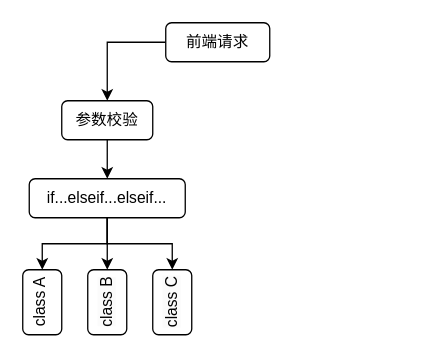
The draw.io diagram DrawIO_file/流程图/单例+工厂+策略.drawio in DingDongZz/typera_PicGO, before the edit. Source tidied: cells renumbered, new cells numbered last; positions are measured from the earlier drawing's top-left corner, leaving out a move shared by most shapes. Both pictures are drawn from the tidied source at 130%, with x=0, y=0 at pixel (22, 22).
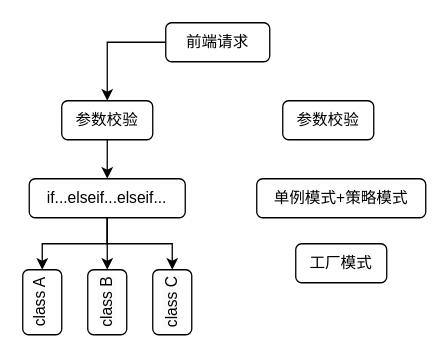
The same page after the edit.

Commit message (it also covers changes not shown here):
更新单例+工厂+策略.drawio

What changed in the source:
```diff
@@
 <mxGraphModel>
   <root>
     <mxCell id="0" />
     <mxCell id="1" parent="0" />
     <mxCell id="2" style="edgeStyle=orthogonalEdgeStyle;rounded=0;jettySize=auto;html=1;entryX=0.5;entryY=0;entryDx=0;entryDy=0;" parent="1" edge="1" source="3" target="5">
       <mxGeometry relative="1" as="geometry" />
     </mxCell>
     <mxCell id="3" value="前端请求" style="rounded=1;whiteSpace=wrap;html=1;" parent="1" vertex="1">
       <mxGeometry x="110" width="80" height="30" as="geometry" />
     </mxCell>
     <mxCell id="4" style="edgeStyle=orthogonalEdgeStyle;rounded=0;jettySize=auto;html=1;entryX=0.5;entryY=0;entryDx=0;entryDy=0;" parent="1" edge="1" source="5" target="9">
       <mxGeometry relative="1" as="geometry" />
     </mxCell>
     <mxCell id="5" value="参数校验" style="rounded=1;whiteSpace=wrap;html=1;" parent="1" vertex="1">
       <mxGeometry x="30" y="60" width="70" height="30" as="geometry" />
     </mxCell>
     <mxCell id="6" style="edgeStyle=orthogonalEdgeStyle;rounded=0;jettySize=auto;html=1;entryX=0.5;entryY=0;entryDx=0;entryDy=0;" parent="1" edge="1" source="9" target="10">
       <mxGeometry relative="1" as="geometry" />
     </mxCell>
     <mxCell id="7" style="edgeStyle=orthogonalEdgeStyle;rounded=0;jettySize=auto;html=1;entryX=0.5;entryY=0;entryDx=0;entryDy=0;" parent="1" edge="1" source="9" target="11">
       <mxGeometry relative="1" as="geometry" />
     </mxCell>
     <mxCell id="8" style="edgeStyle=orthogonalEdgeStyle;rounded=0;jettySize=auto;html=1;entryX=0.5;entryY=0;entryDx=0;entryDy=0;" parent="1" edge="1" source="9" target="12">
       <mxGeometry relative="1" as="geometry" />
     </mxCell>
     <mxCell id="9" value="if...elseif...elseif..." style="rounded=1;whiteSpace=wrap;html=1;" parent="1" vertex="1">
       <mxGeometry x="5" y="120" width="120" height="30" as="geometry" />
     </mxCell>
     <mxCell id="10" value="class A" style="rounded=1;whiteSpace=wrap;html=1;verticalAlign=top;horizontal=0;" parent="1" vertex="1">
       <mxGeometry y="190" width="30" height="50" as="geometry" />
     </mxCell>
     <mxCell id="11" value="&lt;span style=&quot;color: rgb(0, 0, 0); font-family: Helvetica; font-size: 12px; font-style: normal; font-variant-ligatures: normal; font-variant-caps: normal; font-weight: 400; letter-spacing: normal; orphans: 2; text-align: center; text-indent: 0px; text-transform: none; widows: 2; word-spacing: 0px; -webkit-text-stroke-width: 0px; white-space: normal; background-color: rgb(251, 251, 251); text-decoration-thickness: initial; text-decoration-style: initial; text-decoration-color: initial; float: none; display: inline !important;&quot;&gt;class B&lt;/span&gt;" style="rounded=1;whiteSpace=wrap;html=1;horizontal=0;" parent="1" vertex="1">
       <mxGeometry x="50" y="190" width="30" height="50" as="geometry" />
     </mxCell>
     <mxCell id="12" value="&lt;span style=&quot;color: rgb(0, 0, 0); font-family: Helvetica; font-size: 12px; font-style: normal; font-variant-ligatures: normal; font-variant-caps: normal; font-weight: 400; letter-spacing: normal; orphans: 2; text-align: center; text-indent: 0px; text-transform: none; widows: 2; word-spacing: 0px; -webkit-text-stroke-width: 0px; white-space: normal; background-color: rgb(251, 251, 251); text-decoration-thickness: initial; text-decoration-style: initial; text-decoration-color: initial; float: none; display: inline !important;&quot;&gt;class C&lt;/span&gt;" style="rounded=1;whiteSpace=wrap;html=1;horizontal=0;" parent="1" vertex="1">
       <mxGeometry x="100" y="190" width="30" height="50" as="geometry" />
     </mxCell>
+    <mxCell id="13" value="参数校验" style="rounded=1;whiteSpace=wrap;html=1;" parent="1" vertex="1">
+      <mxGeometry x="200" y="60" width="70" height="30" as="geometry" />
+    </mxCell>
+    <mxCell id="14" value="单例模式+策略模式" style="rounded=1;whiteSpace=wrap;html=1;" parent="1" vertex="1">
+      <mxGeometry x="180" y="120" width="130" height="30" as="geometry" />
+    </mxCell>
+    <mxCell id="15" value="工厂模式" style="rounded=1;whiteSpace=wrap;html=1;" parent="1" vertex="1">
+      <mxGeometry x="210" y="170" width="70" height="30" as="geometry" />
+    </mxCell>
   </root>
 </mxGraphModel>
```
